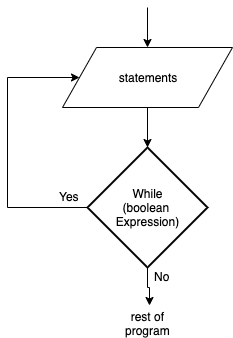
Earlier version of the draw.io export docs/structured-problem-solving/images/do-while-loop.png (Mr-Coxall/Computer-Based-Problem-Solving). Source tidied: cells renumbered, new cells last; positions are measured from the earlier drawing's top-left corner, leaving out a move shared by most shapes.
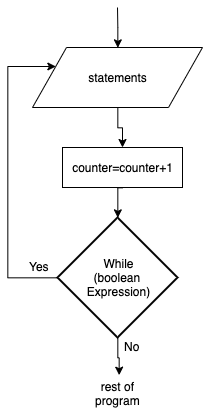
Later version of the same file.

Diff of the diagram source:
```diff
@@ -2,29 +2,29 @@
   <root>
     <mxCell id="0" />
     <mxCell id="1" parent="0" />
+    <mxCell id="3" style="edgeStyle=orthogonalEdgeStyle;rounded=0;jettySize=auto;html=1;entryX=0.533;entryY=-0.067;entryDx=0;entryDy=0;entryPerimeter=0;" parent="1" edge="1" source="4" target="10">
+      <mxGeometry relative="1" as="geometry" />
+    </mxCell>
-    <mxCell id="2" style="edgeStyle=orthogonalEdgeStyle;rounded=0;jettySize=auto;html=1;" parent="1" edge="1" source="4" target="6">
+    <mxCell id="2" style="edgeStyle=orthogonalEdgeStyle;rounded=0;jettySize=auto;html=1;exitX=0;exitY=0.5;exitDx=0;exitDy=0;exitPerimeter=0;entryX=0;entryY=0.25;entryDx=0;entryDy=0;" parent="1" edge="1" source="4" target="6">
       <mxGeometry relative="1" as="geometry">
         <Array as="points">
-          <mxPoint y="200" />
-          <mxPoint y="70" />
+          <mxPoint x="30" y="200" />
+          <mxPoint x="30" y="-11" />
         </Array>
       </mxGeometry>
     </mxCell>
-    <mxCell id="3" style="edgeStyle=orthogonalEdgeStyle;rounded=0;jettySize=auto;html=1;entryX=0.533;entryY=-0.067;entryDx=0;entryDy=0;entryPerimeter=0;" parent="1" edge="1" source="4" target="10">
-      <mxGeometry relative="1" as="geometry" />
-    </mxCell>
     <mxCell id="4" value="While&lt;br&gt;(boolean&amp;nbsp;&lt;br&gt;Expression)" style="strokeWidth=2;html=1;shape=mxgraph.flowchart.decision;whiteSpace=wrap;" parent="1" vertex="1">
       <mxGeometry x="80" y="140" width="120" height="120" as="geometry" />
     </mxCell>
-    <mxCell id="5" style="edgeStyle=orthogonalEdgeStyle;rounded=0;jettySize=auto;html=1;" parent="1" edge="1" source="6" target="4">
-      <mxGeometry relative="1" as="geometry" />
-    </mxCell>
+    <mxCell id="11" style="edgeStyle=orthogonalEdgeStyle;rounded=0;jettySize=auto;html=1;exitX=0.5;exitY=1;exitDx=0;exitDy=0;" parent="1" edge="1" source="6" target="13">
+      <mxGeometry relative="1" as="geometry" />
+    </mxCell>
     <mxCell id="6" value="statements" style="shape=parallelogram;perimeter=parallelogramPerimeter;whiteSpace=wrap;html=1;" parent="1" vertex="1">
-      <mxGeometry x="55" y="40" width="170" height="60" as="geometry" />
+      <mxGeometry x="55" y="-30" width="170" height="60" as="geometry" />
     </mxCell>
     <mxCell id="7" style="edgeStyle=orthogonalEdgeStyle;rounded=0;jettySize=auto;html=1;entryX=0.5;entryY=0;entryDx=0;entryDy=0;" parent="1" edge="1" target="6">
       <mxGeometry relative="1" as="geometry">
-        <mxPoint x="140" as="sourcePoint" />
+        <mxPoint x="140" y="-70" as="sourcePoint" />
       </mxGeometry>
     </mxCell>
     <mxCell id="8" value="Yes" style="text;html=1;align=left;verticalAlign=top;spacingTop=-4;" parent="1" vertex="1">
@@ -36,5 +36,11 @@
     <mxCell id="10" value="rest of&lt;br&gt;program" style="text;html=1;points=[];align=center;verticalAlign=top;spacingTop=-4;" parent="1" vertex="1">
       <mxGeometry x="110" y="300" width="60" height="30" as="geometry" />
     </mxCell>
+    <mxCell id="12" style="edgeStyle=orthogonalEdgeStyle;rounded=0;jettySize=auto;html=1;exitX=0.5;exitY=1;exitDx=0;exitDy=0;entryX=0.5;entryY=0;entryDx=0;entryDy=0;entryPerimeter=0;" parent="1" edge="1" source="13" target="4">
+      <mxGeometry relative="1" as="geometry" />
+    </mxCell>
+    <mxCell id="13" value="counter=counter+1" style="rounded=0;whiteSpace=wrap;html=1;" parent="1" vertex="1">
+      <mxGeometry x="85" y="70" width="120" height="40" as="geometry" />
+    </mxCell>
   </root>
 </mxGraphModel>
```
